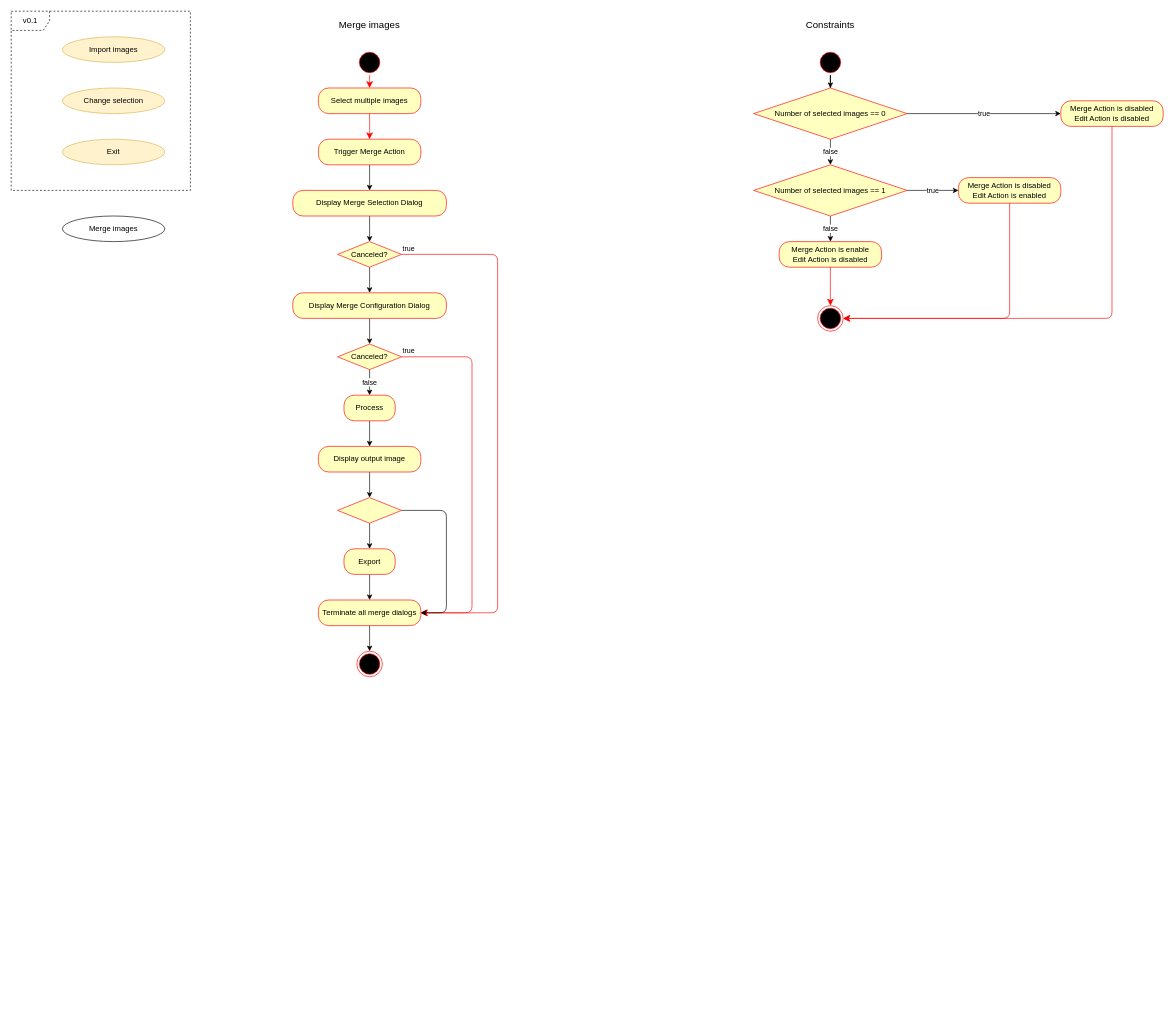
Before: docs/design/activities_v0.2.drawio in AR0EN/img-pro, a draw.io diagram. Source tidied: cells renumbered, new cells numbered last; positions are measured from the earlier drawing's top-left corner, leaving out a move shared by most shapes. Both pictures are drawn from the tidied source at 64%, with x=0, y=0 at pixel (11, 11).
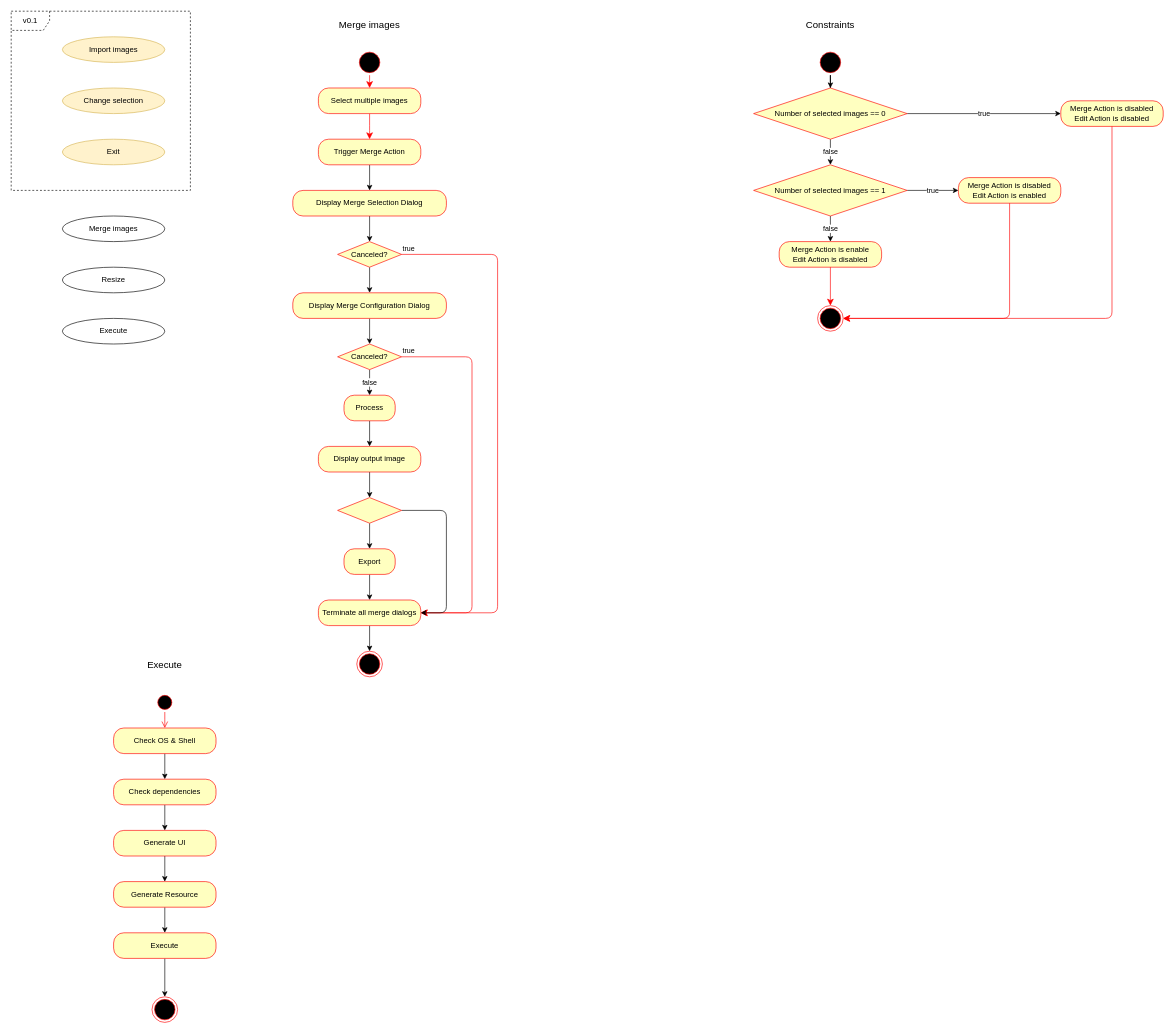
After the change.

Diff of the diagram source:
```diff
@@
+    <mxCell id="53" value="Resize" style="ellipse;whiteSpace=wrap;html=1;" parent="1" vertex="1">
+      <mxGeometry x="80" y="400" width="160" height="40" as="geometry" />
+    </mxCell>
+    <mxCell id="54" value="Execute" style="ellipse;whiteSpace=wrap;html=1;" parent="1" vertex="1">
+      <mxGeometry x="80" y="480" width="160" height="40" as="geometry" />
+    </mxCell>
+    <mxCell id="55" style="ellipse;html=1;shape=startState;fillColor=#000000;strokeColor=#ff0000;" parent="1" vertex="1">
+      <mxGeometry x="225" y="1065" width="30" height="30" as="geometry" />
+    </mxCell>
+    <mxCell id="56" style="edgeStyle=orthogonalEdgeStyle;html=1;verticalAlign=bottom;endArrow=open;endSize=8;strokeColor=#ff0000;" parent="1" edge="1" source="55">
+      <mxGeometry relative="1" as="geometry">
+        <mxPoint x="240" y="1120" as="targetPoint" />
+      </mxGeometry>
+    </mxCell>
+    <mxCell id="57" style="edgeStyle=orthogonalEdgeStyle;rounded=0;jettySize=auto;html=1;entryX=0.5;entryY=0;entryDx=0;entryDy=0;" parent="1" edge="1" source="58" target="60">
+      <mxGeometry relative="1" as="geometry" />
+    </mxCell>
+    <mxCell id="58" value="Check OS &amp;amp; Shell" style="rounded=1;whiteSpace=wrap;html=1;arcSize=40;fontColor=#000000;fillColor=#ffffc0;strokeColor=#ff0000;" parent="1" vertex="1">
+      <mxGeometry x="160" y="1120" width="160" height="40" as="geometry" />
+    </mxCell>
+    <mxCell id="59" style="edgeStyle=orthogonalEdgeStyle;rounded=0;jettySize=auto;html=1;entryX=0.5;entryY=0;entryDx=0;entryDy=0;" parent="1" edge="1" source="60" target="62">
+      <mxGeometry relative="1" as="geometry" />
+    </mxCell>
+    <mxCell id="60" value="Check dependencies" style="rounded=1;whiteSpace=wrap;html=1;arcSize=40;fontColor=#000000;fillColor=#ffffc0;strokeColor=#ff0000;" parent="1" vertex="1">
+      <mxGeometry x="160" y="1200" width="160" height="40" as="geometry" />
+    </mxCell>
+    <mxCell id="61" style="edgeStyle=orthogonalEdgeStyle;rounded=0;jettySize=auto;html=1;entryX=0.5;entryY=0;entryDx=0;entryDy=0;" parent="1" edge="1" source="62" target="64">
+      <mxGeometry relative="1" as="geometry" />
+    </mxCell>
+    <mxCell id="62" value="Generate UI" style="rounded=1;whiteSpace=wrap;html=1;arcSize=40;fontColor=#000000;fillColor=#ffffc0;strokeColor=#ff0000;" parent="1" vertex="1">
+      <mxGeometry x="160" y="1280" width="160" height="40" as="geometry" />
+    </mxCell>
+    <mxCell id="63" style="edgeStyle=orthogonalEdgeStyle;rounded=0;jettySize=auto;html=1;entryX=0.5;entryY=0;entryDx=0;entryDy=0;" parent="1" edge="1" source="64" target="66">
+      <mxGeometry relative="1" as="geometry" />
+    </mxCell>
+    <mxCell id="64" value="Generate Resource" style="rounded=1;whiteSpace=wrap;html=1;arcSize=40;fontColor=#000000;fillColor=#ffffc0;strokeColor=#ff0000;" parent="1" vertex="1">
+      <mxGeometry x="160" y="1360" width="160" height="40" as="geometry" />
+    </mxCell>
+    <mxCell id="65" style="edgeStyle=orthogonalEdgeStyle;rounded=0;jettySize=auto;html=1;" parent="1" edge="1" source="66" target="67">
+      <mxGeometry relative="1" as="geometry" />
+    </mxCell>
+    <mxCell id="66" value="Execute" style="rounded=1;whiteSpace=wrap;html=1;arcSize=40;fontColor=#000000;fillColor=#ffffc0;strokeColor=#ff0000;" parent="1" vertex="1">
+      <mxGeometry x="160" y="1440" width="160" height="40" as="geometry" />
+    </mxCell>
+    <mxCell id="67" style="ellipse;html=1;shape=endState;fillColor=#000000;strokeColor=#ff0000;" parent="1" vertex="1">
+      <mxGeometry x="220" y="1540" width="40" height="40" as="geometry" />
+    </mxCell>
+    <mxCell id="68" value="Execute" style="rounded=0;whiteSpace=wrap;html=1;fontSize=15;strokeColor=none;fillColor=none;" parent="1" vertex="1">
+      <mxGeometry x="160" y="1000" width="160" height="40" as="geometry" />
+    </mxCell>
```
